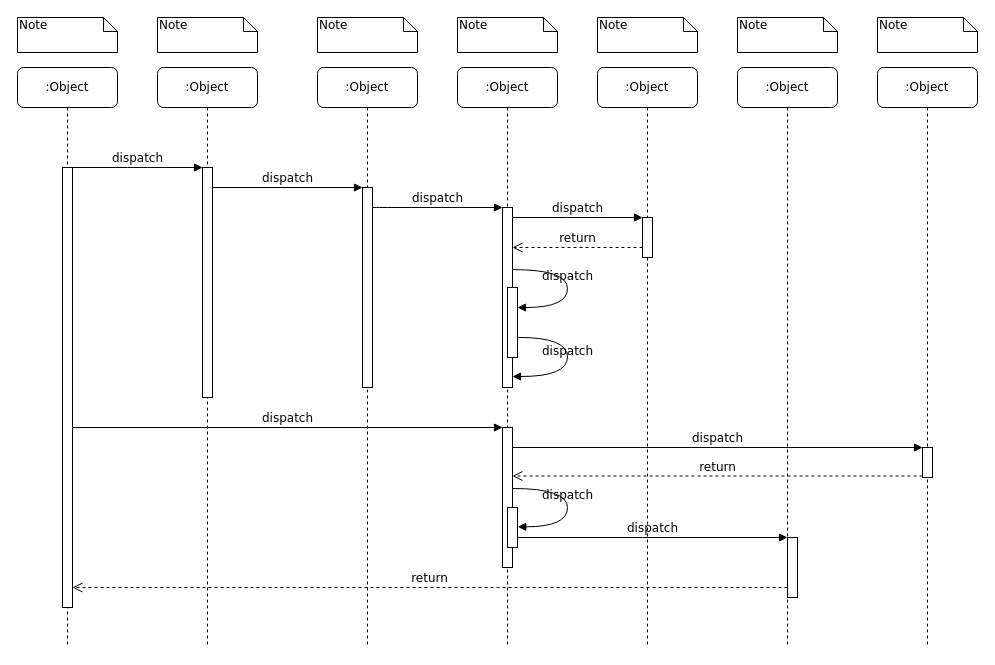
This is src/main/resources/爱学习学生端时序图.drawio from likedong/ho, a draw.io file, before an edit. Source tidied: cells renumbered, new cells numbered last; positions are measured from the earlier drawing's top-left corner, leaving out a move shared by most shapes. Both pictures are drawn from the tidied source at 100%, with x=0, y=0 at pixel (17, 17).
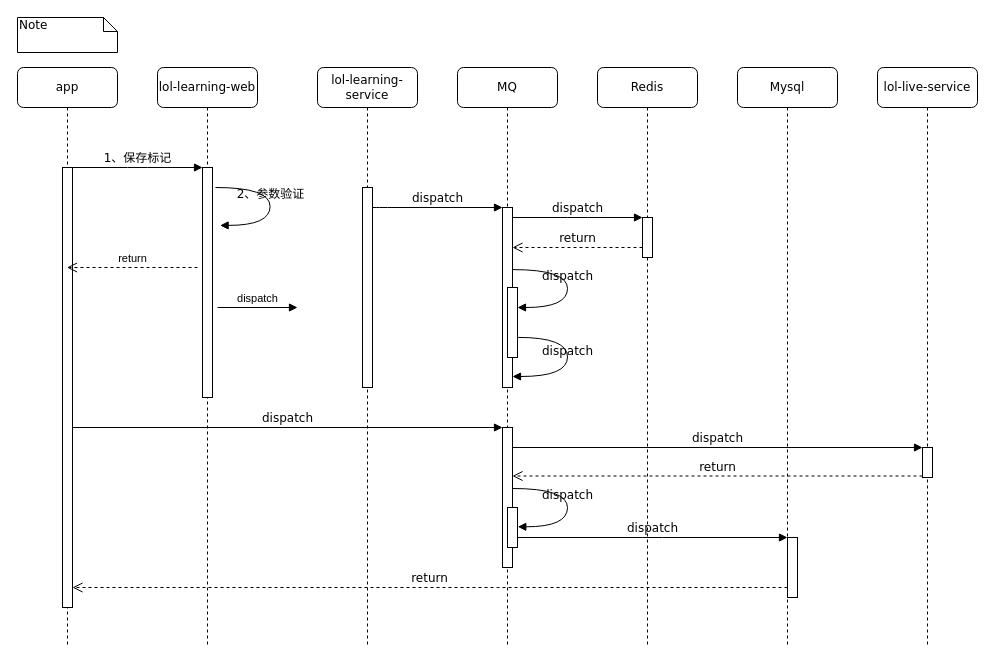
The same diagram, later.

Commit message:
Update 爱学习学生端时序图.drawio

The change refers to these unchanged cells:
```xml
<mxCell id="3" style="html=1;points=[];perimeter=orthogonalPerimeter;rounded=0;shadow=0;comic=0;labelBackgroundColor=none;strokeWidth=1;fontFamily=Verdana;fontSize=12;align=center;" parent="2" vertex="1">
  <mxGeometry x="45" y="100" width="10" height="230" as="geometry" />
</mxCell>
<mxCell id="5" style="html=1;points=[];perimeter=orthogonalPerimeter;rounded=0;shadow=0;comic=0;labelBackgroundColor=none;strokeWidth=1;fontFamily=Verdana;fontSize=12;align=center;" parent="4" vertex="1">
  <mxGeometry x="45" y="120" width="10" height="200" as="geometry" />
</mxCell>
<mxCell id="11" style="html=1;points=[];perimeter=orthogonalPerimeter;rounded=0;shadow=0;comic=0;labelBackgroundColor=none;strokeWidth=1;fontFamily=Verdana;fontSize=12;align=center;" parent="10" vertex="1">
  <mxGeometry x="45" y="100" width="10" height="440" as="geometry" />
</mxCell>
```

The edit, as a diff of the source:
```diff
@@
-    <mxCell id="2" value=":Object" style="shape=umlLifeline;perimeter=lifelinePerimeter;whiteSpace=wrap;html=1;rounded=1;shadow=0;comic=0;labelBackgroundColor=none;strokeWidth=1;fontFamily=Verdana;fontSize=12;align=center;" parent="1" vertex="1">
+    <mxCell id="2" value="lol-learning-web" style="shape=umlLifeline;perimeter=lifelinePerimeter;whiteSpace=wrap;html=1;rounded=1;shadow=0;comic=0;labelBackgroundColor=none;strokeWidth=1;fontFamily=Verdana;fontSize=12;align=center;" parent="1" vertex="1">
       <mxGeometry x="140" y="50" width="100" height="580" as="geometry" />
     </mxCell>
@@
+    <mxCell id="26" value="dispatch" style="html=1;verticalAlign=bottom;endArrow=block;" parent="2" edge="1">
+      <mxGeometry relative="1" as="geometry">
+        <mxPoint x="60" y="240" as="sourcePoint" />
+        <mxPoint x="140" y="240" as="targetPoint" />
+      </mxGeometry>
+    </mxCell>
-    <mxCell id="4" value=":Object" style="shape=umlLifeline;perimeter=lifelinePerimeter;whiteSpace=wrap;html=1;rounded=1;shadow=0;comic=0;labelBackgroundColor=none;strokeWidth=1;fontFamily=Verdana;fontSize=12;align=center;" parent="1" vertex="1">
+    <mxCell id="4" value="lol-learning-service" style="shape=umlLifeline;perimeter=lifelinePerimeter;whiteSpace=wrap;html=1;rounded=1;shadow=0;comic=0;labelBackgroundColor=none;strokeWidth=1;fontFamily=Verdana;fontSize=12;align=center;" parent="1" vertex="1">
       <mxGeometry x="300" y="50" width="100" height="580" as="geometry" />
     </mxCell>
@@
-    <mxCell id="6" value=":Object" style="shape=umlLifeline;perimeter=lifelinePerimeter;whiteSpace=wrap;html=1;rounded=1;shadow=0;comic=0;labelBackgroundColor=none;strokeWidth=1;fontFamily=Verdana;fontSize=12;align=center;" parent="1" vertex="1">
+    <mxCell id="6" value="MQ" style="shape=umlLifeline;perimeter=lifelinePerimeter;whiteSpace=wrap;html=1;rounded=1;shadow=0;comic=0;labelBackgroundColor=none;strokeWidth=1;fontFamily=Verdana;fontSize=12;align=center;" parent="1" vertex="1">
       <mxGeometry x="440" y="50" width="100" height="580" as="geometry" />
     </mxCell>
-    <mxCell id="7" value=":Object" style="shape=umlLifeline;perimeter=lifelinePerimeter;whiteSpace=wrap;html=1;rounded=1;shadow=0;comic=0;labelBackgroundColor=none;strokeWidth=1;fontFamily=Verdana;fontSize=12;align=center;" parent="1" vertex="1">
+    <mxCell id="7" value="Redis" style="shape=umlLifeline;perimeter=lifelinePerimeter;whiteSpace=wrap;html=1;rounded=1;shadow=0;comic=0;labelBackgroundColor=none;strokeWidth=1;fontFamily=Verdana;fontSize=12;align=center;" parent="1" vertex="1">
       <mxGeometry x="580" y="50" width="100" height="580" as="geometry" />
     </mxCell>
-    <mxCell id="8" value=":Object" style="shape=umlLifeline;perimeter=lifelinePerimeter;whiteSpace=wrap;html=1;rounded=1;shadow=0;comic=0;labelBackgroundColor=none;strokeWidth=1;fontFamily=Verdana;fontSize=12;align=center;" parent="1" vertex="1">
+    <mxCell id="8" value="Mysql" style="shape=umlLifeline;perimeter=lifelinePerimeter;whiteSpace=wrap;html=1;rounded=1;shadow=0;comic=0;labelBackgroundColor=none;strokeWidth=1;fontFamily=Verdana;fontSize=12;align=center;" parent="1" vertex="1">
       <mxGeometry x="720" y="50" width="100" height="580" as="geometry" />
     </mxCell>
-    <mxCell id="9" value=":Object" style="shape=umlLifeline;perimeter=lifelinePerimeter;whiteSpace=wrap;html=1;rounded=1;shadow=0;comic=0;labelBackgroundColor=none;strokeWidth=1;fontFamily=Verdana;fontSize=12;align=center;" parent="1" vertex="1">
+    <mxCell id="9" value="lol-live-service" style="shape=umlLifeline;perimeter=lifelinePerimeter;whiteSpace=wrap;html=1;rounded=1;shadow=0;comic=0;labelBackgroundColor=none;strokeWidth=1;fontFamily=Verdana;fontSize=12;align=center;" parent="1" vertex="1">
       <mxGeometry x="860" y="50" width="100" height="580" as="geometry" />
     </mxCell>
-    <mxCell id="10" value=":Object" style="shape=umlLifeline;perimeter=lifelinePerimeter;whiteSpace=wrap;html=1;outlineConnect=0;rounded=1;shadow=0;comic=0;labelBackgroundColor=none;strokeWidth=1;fontFamily=Verdana;fontSize=12;align=center;" parent="1" vertex="1">
+    <mxCell id="10" value="app" style="shape=umlLifeline;perimeter=lifelinePerimeter;whiteSpace=wrap;html=1;outlineConnect=0;rounded=1;shadow=0;comic=0;labelBackgroundColor=none;strokeWidth=1;fontFamily=Verdana;fontSize=12;align=center;" parent="1" vertex="1">
       <mxGeometry y="50" width="100" height="580" as="geometry" />
     </mxCell>
@@
-    <mxCell id="25" value="dispatch" style="html=1;verticalAlign=bottom;endArrow=block;entryX=0;entryY=0;labelBackgroundColor=none;fontFamily=Verdana;fontSize=12;edgeStyle=elbowEdgeStyle;elbow=vertical;" parent="1" edge="1" source="11" target="3">
+    <mxCell id="25" value="1、保存标记" style="html=1;verticalAlign=bottom;endArrow=block;entryX=0;entryY=0;labelBackgroundColor=none;fontFamily=Verdana;fontSize=12;edgeStyle=elbowEdgeStyle;elbow=vertical;" parent="1" edge="1" source="11" target="3">
       <mxGeometry relative="1" as="geometry" />
     </mxCell>
-    <mxCell id="26" value="dispatch" style="html=1;verticalAlign=bottom;endArrow=block;entryX=0;entryY=0;labelBackgroundColor=none;fontFamily=Verdana;fontSize=12;edgeStyle=elbowEdgeStyle;elbow=vertical;" parent="1" edge="1" source="3" target="5">
-      <mxGeometry relative="1" as="geometry" />
-    </mxCell>
@@
-    <mxCell id="33" value="Note" style="shape=note;whiteSpace=wrap;html=1;size=14;verticalAlign=top;align=left;spacingTop=-6;rounded=0;shadow=0;comic=0;labelBackgroundColor=none;strokeWidth=1;fontFamily=Verdana;fontSize=12;" parent="1" vertex="1">
-      <mxGeometry x="140" width="100" height="35" as="geometry" />
-    </mxCell>
-    <mxCell id="34" value="Note" style="shape=note;whiteSpace=wrap;html=1;size=14;verticalAlign=top;align=left;spacingTop=-6;rounded=0;shadow=0;comic=0;labelBackgroundColor=none;strokeWidth=1;fontFamily=Verdana;fontSize=12;" parent="1" vertex="1">
-      <mxGeometry x="300" width="100" height="35" as="geometry" />
-    </mxCell>
-    <mxCell id="35" value="Note" style="shape=note;whiteSpace=wrap;html=1;size=14;verticalAlign=top;align=left;spacingTop=-6;rounded=0;shadow=0;comic=0;labelBackgroundColor=none;strokeWidth=1;fontFamily=Verdana;fontSize=12;" parent="1" vertex="1">
-      <mxGeometry x="440" width="100" height="35" as="geometry" />
-    </mxCell>
-    <mxCell id="36" value="Note" style="shape=note;whiteSpace=wrap;html=1;size=14;verticalAlign=top;align=left;spacingTop=-6;rounded=0;shadow=0;comic=0;labelBackgroundColor=none;strokeWidth=1;fontFamily=Verdana;fontSize=12;" parent="1" vertex="1">
-      <mxGeometry x="580" width="100" height="35" as="geometry" />
-    </mxCell>
-    <mxCell id="37" value="Note" style="shape=note;whiteSpace=wrap;html=1;size=14;verticalAlign=top;align=left;spacingTop=-6;rounded=0;shadow=0;comic=0;labelBackgroundColor=none;strokeWidth=1;fontFamily=Verdana;fontSize=12;" parent="1" vertex="1">
-      <mxGeometry x="720" width="100" height="35" as="geometry" />
-    </mxCell>
-    <mxCell id="38" value="Note" style="shape=note;whiteSpace=wrap;html=1;size=14;verticalAlign=top;align=left;spacingTop=-6;rounded=0;shadow=0;comic=0;labelBackgroundColor=none;strokeWidth=1;fontFamily=Verdana;fontSize=12;" parent="1" vertex="1">
-      <mxGeometry x="860" width="100" height="35" as="geometry" />
-    </mxCell>
+    <mxCell id="39" value="2、参数验证" style="html=1;verticalAlign=bottom;endArrow=block;labelBackgroundColor=none;fontFamily=Verdana;fontSize=12;elbow=vertical;edgeStyle=orthogonalEdgeStyle;curved=1;entryX=1;entryY=0.286;entryPerimeter=0;exitX=1.038;exitY=0.345;exitPerimeter=0;" parent="1" edge="1">
+      <mxGeometry relative="1" as="geometry">
+        <mxPoint x="198" y="170" as="sourcePoint" />
+        <mxPoint x="202.6" y="207.9" as="targetPoint" />
+        <Array as="points">
+          <mxPoint x="252.6" y="169.9" />
+          <mxPoint x="252.6" y="207.9" />
+        </Array>
+      </mxGeometry>
+    </mxCell>
+    <mxCell id="40" value="return" style="html=1;verticalAlign=bottom;endArrow=open;dashed=1;endSize=8;" parent="1" edge="1" target="10">
+      <mxGeometry relative="1" as="geometry">
+        <mxPoint x="180" y="250" as="sourcePoint" />
+      </mxGeometry>
+    </mxCell>
```
